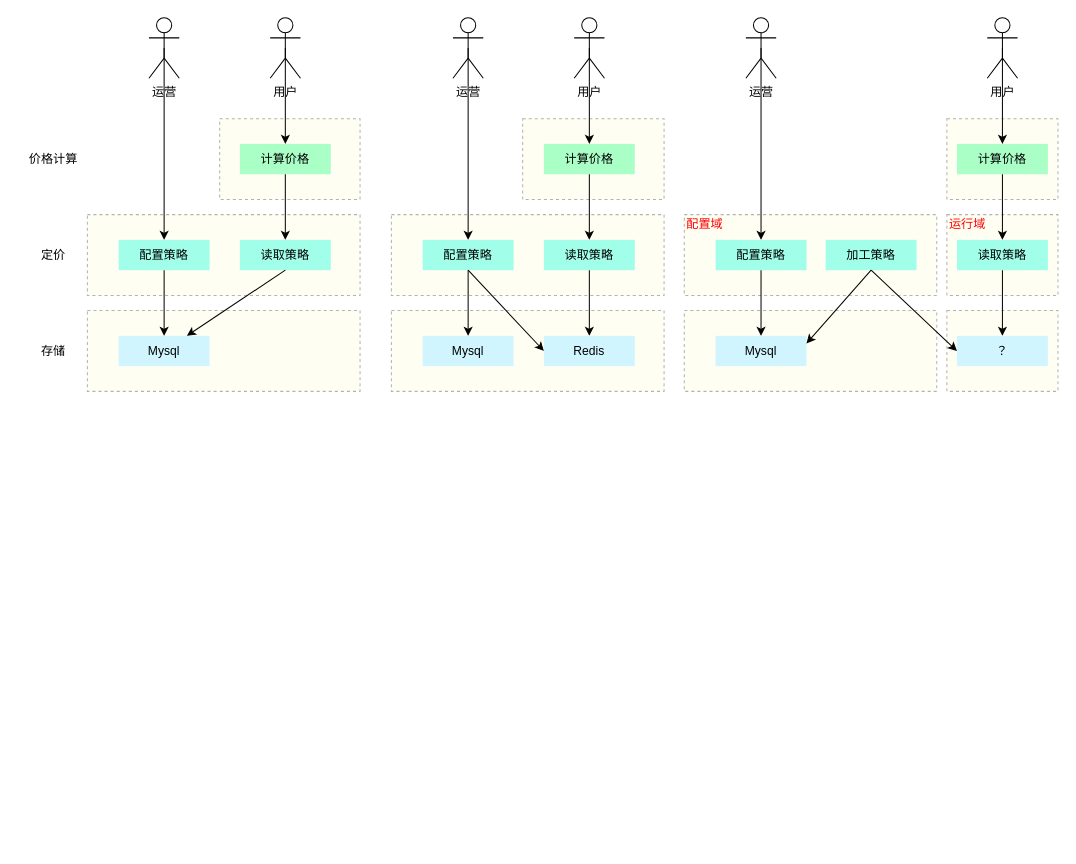
The draw.io diagram 定价稳定性重构.drawio in wengyingjian/draw.io, before the edit. Source tidied: cells renumbered, new cells numbered last; positions are measured from the earlier drawing's top-left corner, leaving out a move shared by most shapes. Both pictures are drawn from the tidied source at 101%, with x=0, y=0 at pixel (17, 17).
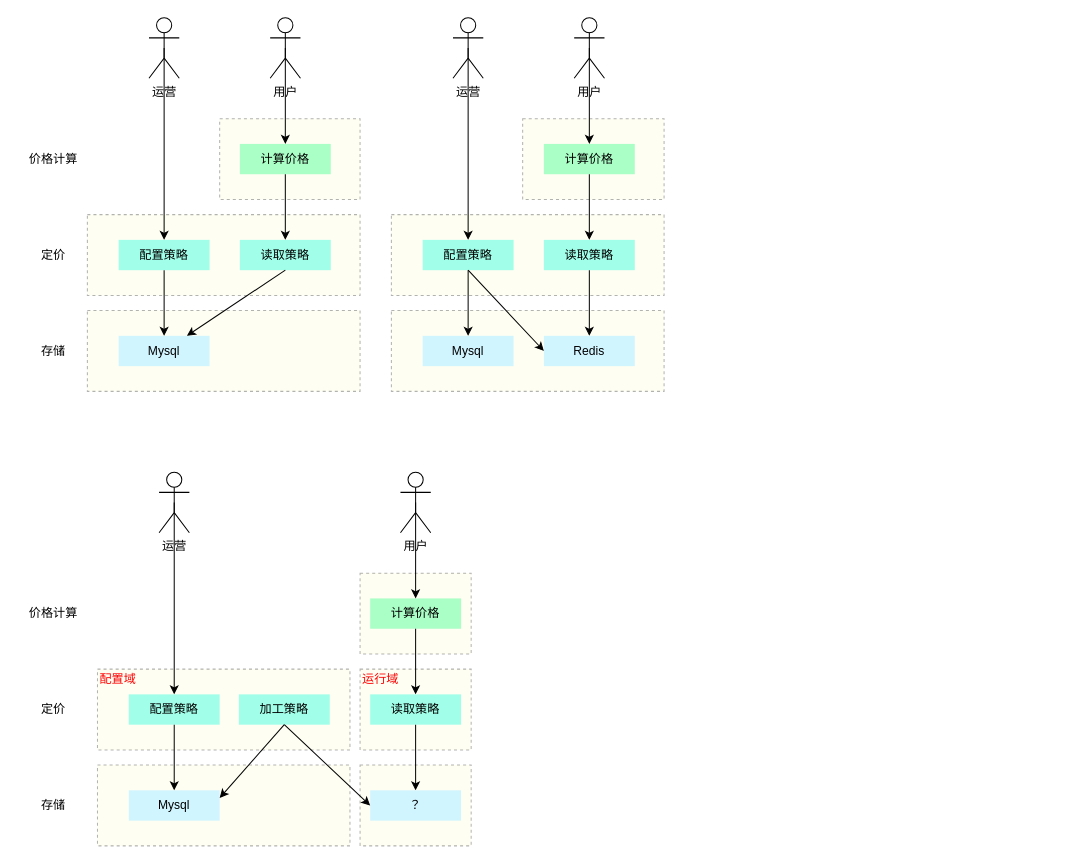
After the change.

Commit message:
更新定价稳定性重构.drawio

Change to the diagram source:
```diff
@@
     <mxCell id="2" style="rounded=0;whiteSpace=wrap;html=1;dashed=1;fillColor=#FCFCD4;opacity=30;" parent="1" vertex="1">
-      <mxGeometry x="920" y="195" width="110" height="80" as="geometry" />
+      <mxGeometry x="339" y="645" width="110" height="80" as="geometry" />
     </mxCell>
     <mxCell id="3" style="rounded=0;whiteSpace=wrap;html=1;dashed=1;fillColor=#FCFCD4;opacity=30;" parent="1" vertex="1">
-      <mxGeometry x="920" y="290" width="110" height="80" as="geometry" />
+      <mxGeometry x="339" y="740" width="110" height="80" as="geometry" />
     </mxCell>
@@
     <mxCell id="37" style="rounded=0;whiteSpace=wrap;html=1;dashed=1;fillColor=#FCFCD4;opacity=30;" parent="1" vertex="1">
-      <mxGeometry x="660" y="290" width="250" height="80" as="geometry" />
+      <mxGeometry x="79" y="740" width="250" height="80" as="geometry" />
     </mxCell>
     <mxCell id="38" style="rounded=0;whiteSpace=wrap;html=1;dashed=1;fillColor=#FCFCD4;opacity=30;align=left;" parent="1" vertex="1">
-      <mxGeometry x="660" y="195" width="250" height="80" as="geometry" />
+      <mxGeometry x="79" y="645" width="250" height="80" as="geometry" />
     </mxCell>
     <mxCell id="39" value="配置策略" style="rounded=0;whiteSpace=wrap;html=1;fillColor=#A1FFE9;strokeColor=none;" parent="1" vertex="1">
-      <mxGeometry x="691" y="220" width="90" height="30" as="geometry" />
+      <mxGeometry x="110" y="670" width="90" height="30" as="geometry" />
     </mxCell>
     <mxCell id="40" value="读取策略" style="rounded=0;whiteSpace=wrap;html=1;fillColor=#A1FFE9;strokeColor=none;" parent="1" vertex="1">
-      <mxGeometry x="930" y="220" width="90" height="30" as="geometry" />
+      <mxGeometry x="349" y="670" width="90" height="30" as="geometry" />
     </mxCell>
     <mxCell id="41" value="Mysql" style="rounded=0;whiteSpace=wrap;html=1;fillColor=#D1F5FF;strokeColor=none;" parent="1" vertex="1">
-      <mxGeometry x="691" y="315" width="90" height="30" as="geometry" />
+      <mxGeometry x="110" y="765" width="90" height="30" as="geometry" />
     </mxCell>
     <mxCell id="42" style="rounded=0;whiteSpace=wrap;html=1;dashed=1;fillColor=#FCFCD4;opacity=30;" parent="1" vertex="1">
-      <mxGeometry x="920" y="100" width="110" height="80" as="geometry" />
+      <mxGeometry x="339" y="550" width="110" height="80" as="geometry" />
     </mxCell>
     <mxCell id="43" value="计算价格" style="rounded=0;whiteSpace=wrap;html=1;fillColor=#AAFFC6;strokeColor=none;" parent="1" vertex="1">
-      <mxGeometry x="930" y="125" width="90" height="30" as="geometry" />
+      <mxGeometry x="349" y="575" width="90" height="30" as="geometry" />
     </mxCell>
     <mxCell id="44" value="运营" style="shape=umlActor;verticalLabelPosition=bottom;verticalAlign=top;html=1;outlineConnect=0;" parent="1" vertex="1">
-      <mxGeometry x="721" width="30" height="60" as="geometry" />
+      <mxGeometry x="140" y="450" width="30" height="60" as="geometry" />
     </mxCell>
     <mxCell id="45" value="用户" style="shape=umlActor;verticalLabelPosition=bottom;verticalAlign=top;html=1;outlineConnect=0;" parent="1" vertex="1">
-      <mxGeometry x="960" width="30" height="60" as="geometry" />
+      <mxGeometry x="379" y="450" width="30" height="60" as="geometry" />
     </mxCell>
@@
     <mxCell id="51" value="？" style="rounded=0;whiteSpace=wrap;html=1;fillColor=#D1F5FF;strokeColor=none;" parent="1" vertex="1">
-      <mxGeometry x="930" y="315" width="90" height="30" as="geometry" />
+      <mxGeometry x="349" y="765" width="90" height="30" as="geometry" />
     </mxCell>
     <mxCell id="52" value="加工策略" style="rounded=0;whiteSpace=wrap;html=1;fillColor=#A1FFE9;strokeColor=none;" parent="1" vertex="1">
-      <mxGeometry x="800" y="220" width="90" height="30" as="geometry" />
+      <mxGeometry x="219" y="670" width="90" height="30" as="geometry" />
     </mxCell>
@@
     <mxCell id="55" value="&lt;span style=&quot;text-align: left;&quot;&gt;配置域&lt;/span&gt;" style="text;html=1;align=center;verticalAlign=middle;strokeColor=none;fillColor=none;fontColor=#FF0000;" parent="1" vertex="1">
-      <mxGeometry x="650" y="190" width="60" height="30" as="geometry" />
+      <mxGeometry x="69" y="640" width="60" height="30" as="geometry" />
     </mxCell>
     <mxCell id="56" value="&lt;span style=&quot;text-align: left;&quot;&gt;运行域&lt;/span&gt;" style="text;html=1;align=center;verticalAlign=middle;strokeColor=none;fillColor=none;fontColor=#FF0000;" parent="1" vertex="1">
-      <mxGeometry x="910" y="190" width="60" height="30" as="geometry" />
+      <mxGeometry x="329" y="640" width="60" height="30" as="geometry" />
     </mxCell>
+    <mxCell id="57" value="定价" style="text;html=1;align=center;verticalAlign=middle;strokeColor=none;fillColor=none;" parent="1" vertex="1">
+      <mxGeometry x="10" y="670" width="50" height="30" as="geometry" />
+    </mxCell>
+    <mxCell id="58" value="存储" style="text;html=1;align=center;verticalAlign=middle;strokeColor=none;fillColor=none;" parent="1" vertex="1">
+      <mxGeometry x="10" y="765" width="50" height="30" as="geometry" />
+    </mxCell>
+    <mxCell id="59" value="价格计算" style="text;html=1;align=center;verticalAlign=middle;strokeColor=none;fillColor=none;" parent="1" vertex="1">
+      <mxGeometry y="575" width="70" height="30" as="geometry" />
+    </mxCell>
```
